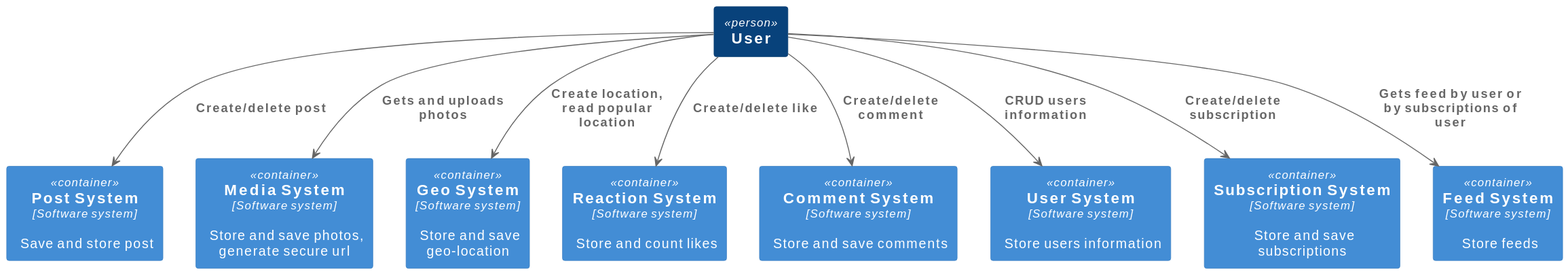
The PlantUML diagram architecture/context.svg in K0ncsss/-social_network_system_design, before a commit. The source it was exported from:
```plantuml
@startuml
!include https://raw.githubusercontent.com/RicardoNiepel/C4-PlantUML/release/1-0/C4_Container.puml


Person(user, "User")
Container(PostSystem, "Post System", "Software system", "Save and store post")
Container(MediaSystem, "Media System", "Software system", "Store and save photos, generate secure url")
Container(GeoSystem, "Geo System", "Software system", "Store and save geo-location")
Container(ReactionSystem, "Reaction System", "Software system", "Store and count likes")
Container(CommentSystem, "Comment System", "Software system", "Store and save comments")
Container(UserSystem, "User System", "Software system", "Store users information")
Container(SubscrSystem, "Subscription System", "Software system", "Store and save subscriptions")
Container(FeedSystem, "Feed System", "Software system", "Store feeds")

Rel(user, PostSystem, "Create/delete post")
Rel(user, MediaSystem, "Gets and uploads photos")
Rel(user, GeoSystem, "Create location, read popular location")
Rel(user, ReactionSystem, "Create/delete like")
Rel(user, CommentSystem, "Create/delete comment")
Rel(user, UserSystem, "CRUD users information")
Rel(user, SubscrSystem, "Create/delete subscription")
Rel(user, FeedSystem, "Gets feed by user or by subscriptions of user")
@enduml
```
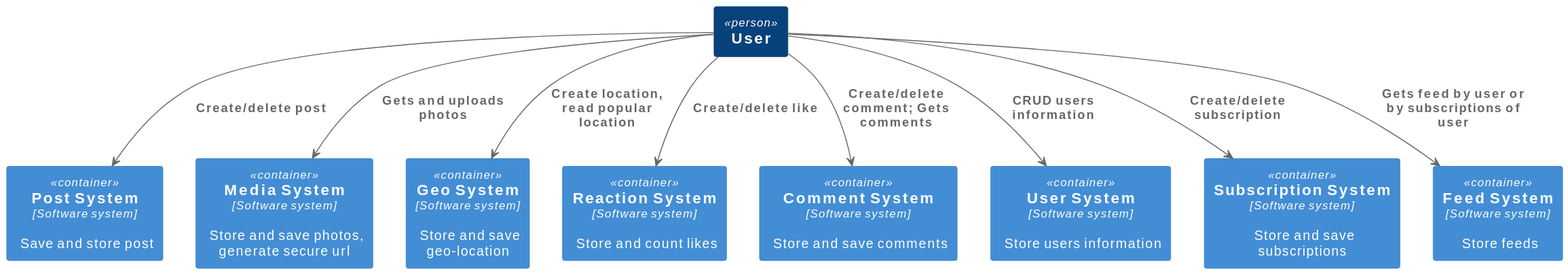
After the commit.

Diff of the diagram source:
```diff
@@ -16,7 +16,7 @@
 Rel(user, MediaSystem, "Gets and uploads photos")
 Rel(user, GeoSystem, "Create location, read popular location")
 Rel(user, ReactionSystem, "Create/delete like")
-Rel(user, CommentSystem, "Create/delete comment")
+Rel(user, CommentSystem, "Create/delete comment; Gets comments")
 Rel(user, UserSystem, "CRUD users information")
 Rel(user, SubscrSystem, "Create/delete subscription")
 Rel(user, FeedSystem, "Gets feed by user or by subscriptions of user")
```
